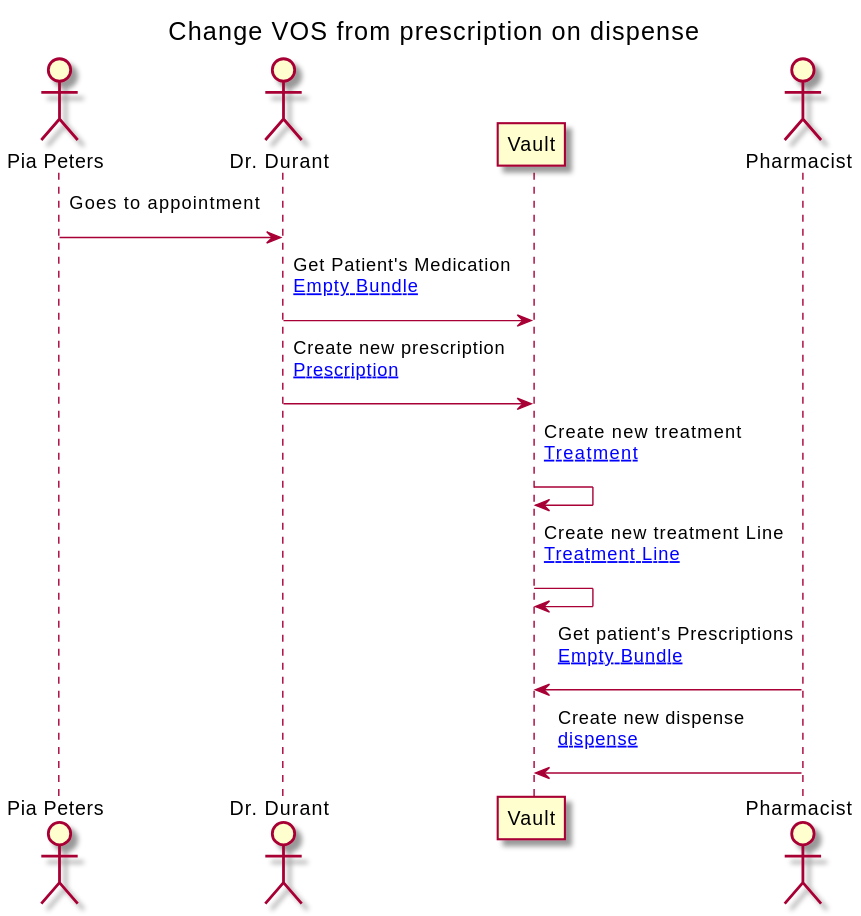
Earlier version of the PlantUML export branches/master/ExampleScenario-example-2-scenario.svg (costateixeira/hl7-be-fhir-medication).
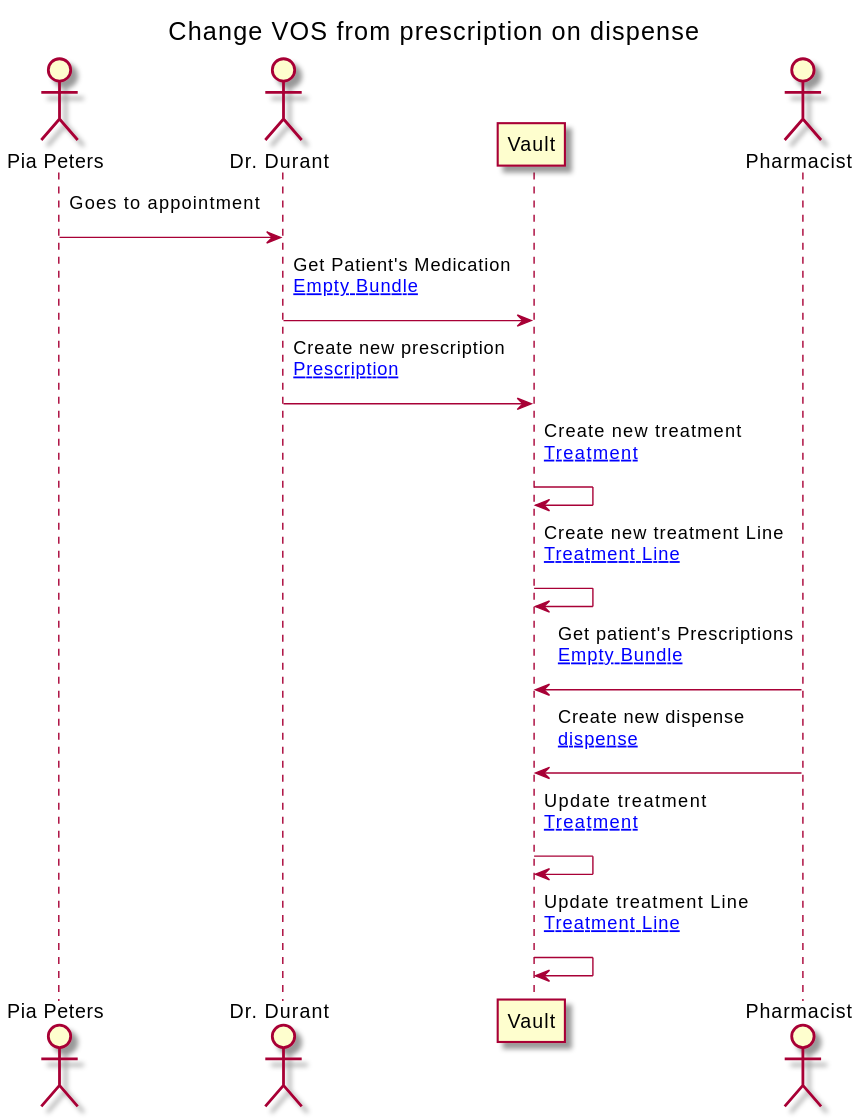
Above is the later version.

Diff of the diagram source:
```diff
@@ -19,6 +19,8 @@
     VAULT-> VAULT : Create new treatment Line\n[[ExampleScenario-example-2-scenario-resources.html#New Treatment Line]]\n
     PHARM-> VAULT : Get patient's Prescriptions\n[[ExampleScenario-example-2-scenario-resources.html#EB Empty Bundle]]\n
     PHARM-> VAULT : Create new dispense\n[[ExampleScenario-example-2-scenario-resources.html#New dispense]]\n
+    VAULT-> VAULT : Update treatment\n[[ExampleScenario-example-2-scenario-resources.html#New Treatment]]\n
+    VAULT-> VAULT : Update treatment Line\n[[ExampleScenario-example-2-scenario-resources.html#New Treatment Line]]\n
 
 
 @enduml
```
